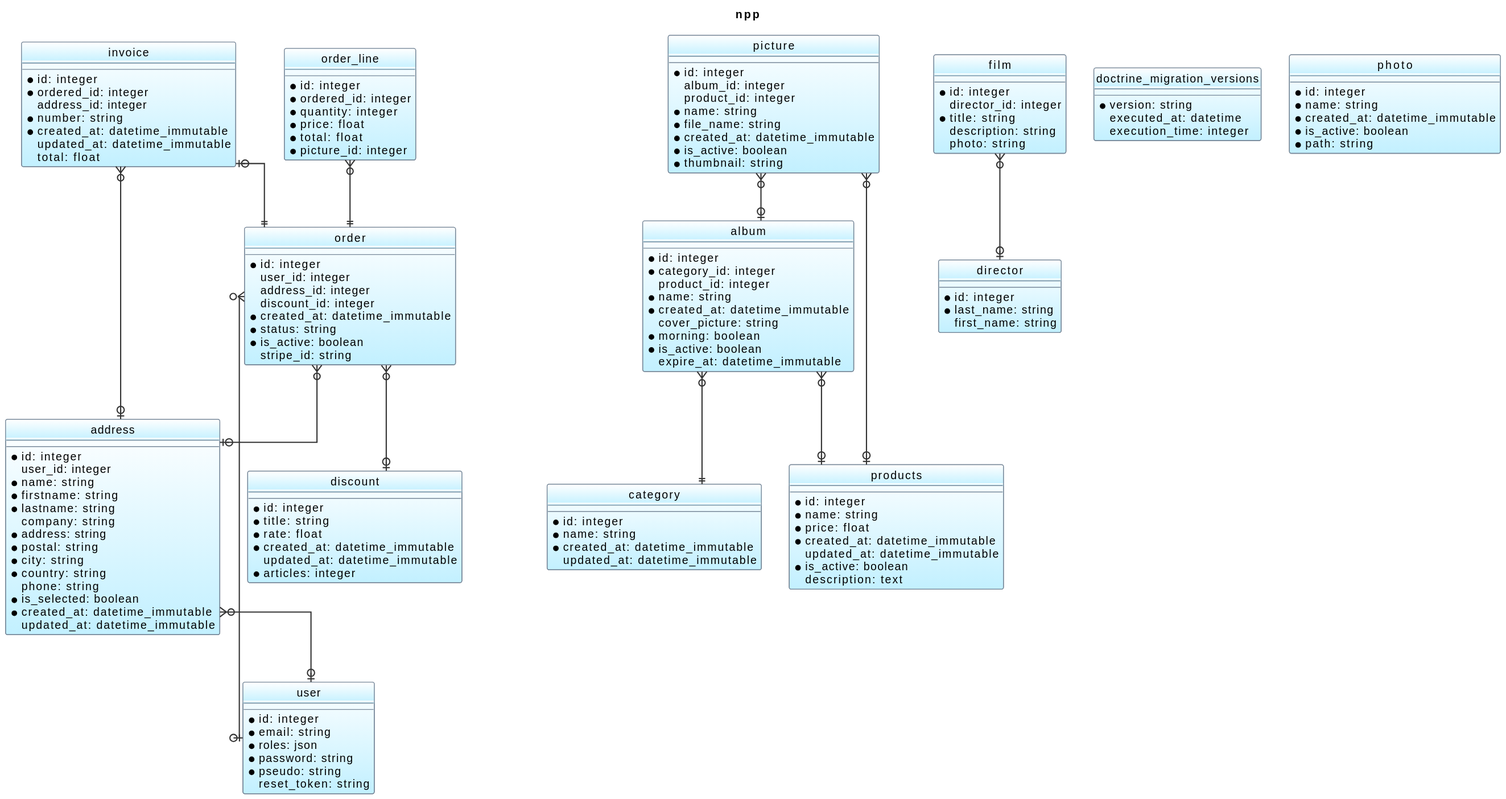
The PlantUML diagram database.svg in jahfredW/npp_back_end_06, before a commit. Its diagram source:
```plantuml
@startuml
hide empty members
hide circle
skinparam ArrowColor #333
skinparam ArrowThickness 1.5
skinparam ClassBackgroundColor White-APPLICATION
skinparam ClassBorderColor LightSlateGray
skinparam ClassBorderThickness 1
skinparam MinClassWidth 150
skinparam LineType Ortho
skinparam Shadowing false
skinparam PackageBackgroundColor #eee
skinparam PackageBorderColor #eee
skinparam PackageFontStyle normal
title npp
entity address {
--
* id: integer
 user_id: integer
* name: string
* firstname: string
* lastname: string
 company: string
* address: string
* postal: string
* city: string
* country: string
 phone: string
* is_selected: boolean
* created_at: datetime_immutable
 updated_at: datetime_immutable
}
entity album {
--
* id: integer
* category_id: integer
 product_id: integer
* name: string
* created_at: datetime_immutable
 cover_picture: string
* morning: boolean
* is_active: boolean
 expire_at: datetime_immutable
}
entity category {
--
* id: integer
* name: string
* created_at: datetime_immutable
 updated_at: datetime_immutable
}
entity director {
--
* id: integer
* last_name: string
 first_name: string
}
entity discount {
--
* id: integer
* title: string
* rate: float
* created_at: datetime_immutable
 updated_at: datetime_immutable
* articles: integer
}
entity doctrine_migration_versions {
--
* version: string
 executed_at: datetime
 execution_time: integer
}
entity film {
--
* id: integer
 director_id: integer
* title: string
 description: string
 photo: string
}
entity invoice {
--
* id: integer
* ordered_id: integer
 address_id: integer
* number: string
* created_at: datetime_immutable
 updated_at: datetime_immutable
 total: float
}
entity order {
--
* id: integer
 user_id: integer
 address_id: integer
 discount_id: integer
* created_at: datetime_immutable
* status: string
* is_active: boolean
 stripe_id: string
}
entity order_line {
--
* id: integer
* ordered_id: integer
* quantity: integer
* price: float
* total: float
* picture_id: integer
}
entity photo {
--
* id: integer
* name: string
* created_at: datetime_immutable
* is_active: boolean
* path: string
}
entity picture {
--
* id: integer
 album_id: integer
 product_id: integer
* name: string
* file_name: string
* created_at: datetime_immutable
* is_active: boolean
* thumbnail: string
}
entity products {
--
* id: integer
* name: string
* price: float
* created_at: datetime_immutable
 updated_at: datetime_immutable
* is_active: boolean
 description: text
}
entity user {
--
* id: integer
* email: string
* roles: json
* password: string
* pseudo: string
 reset_token: string
}
address }o--o| user
album }o--|| category
album }o--o| products
film }o--o| director
invoice |o--|| order
invoice }o--o| address
order }o--o| discount
order }o--o| user
order }o--o| address
order_line }o--|| order
picture }o--o| album
picture }o--o| products
@enduml
```
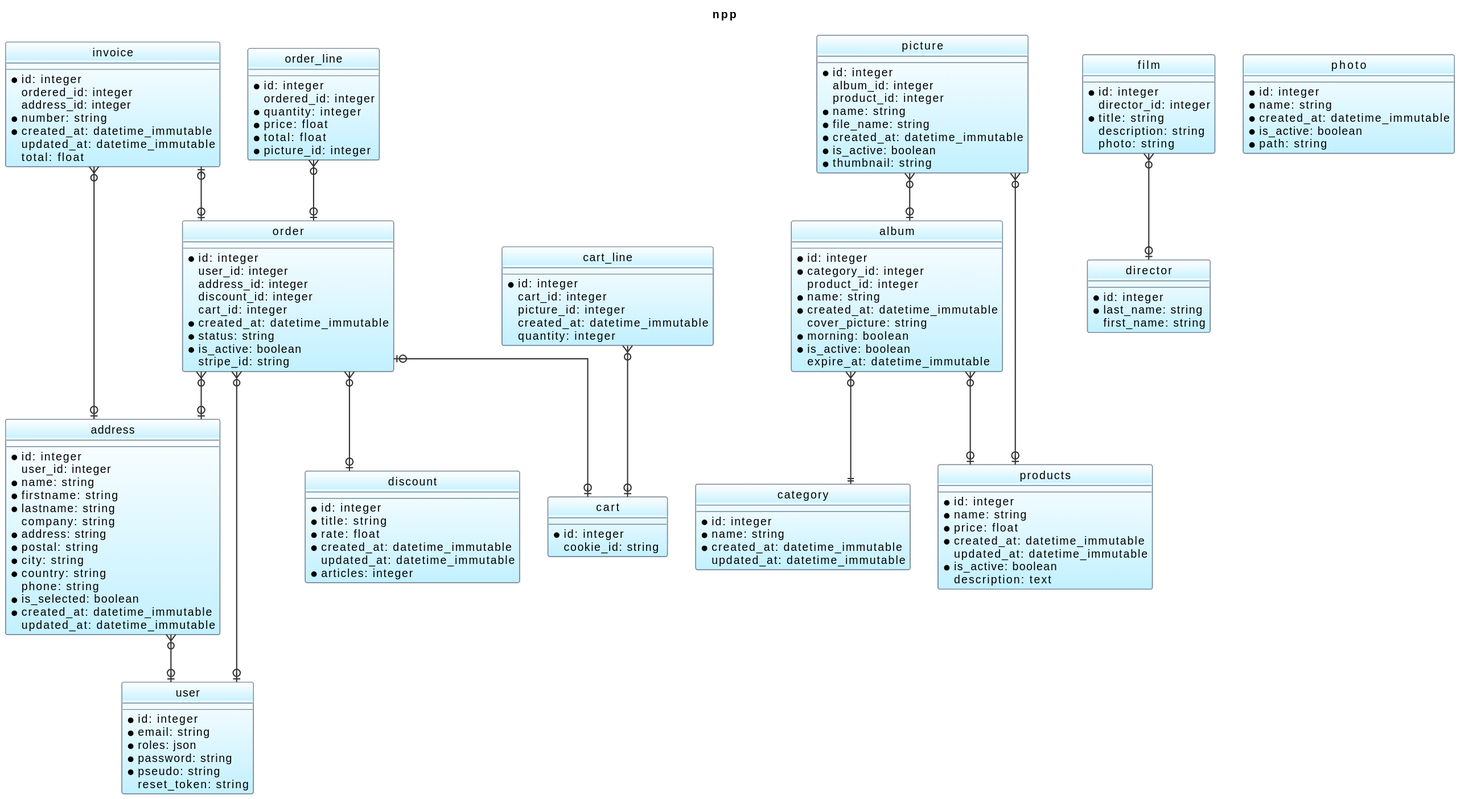
After the commit.

What changed in the source:
```diff
@@ -42,6 +42,19 @@
 * is_active: boolean
  expire_at: datetime_immutable
 }
+entity cart {
+--
+* id: integer
+ cookie_id: string
+}
+entity cart_line {
+--
+* id: integer
+ cart_id: integer
+ picture_id: integer
+ created_at: datetime_immutable
+ quantity: integer
+}
 entity category {
 --
 * id: integer
@@ -64,12 +77,6 @@
  updated_at: datetime_immutable
 * articles: integer
 }
-entity doctrine_migration_versions {
---
-* version: string
- executed_at: datetime
- execution_time: integer
-}
 entity film {
 --
 * id: integer
@@ -81,7 +88,7 @@
 entity invoice {
 --
 * id: integer
-* ordered_id: integer
+ ordered_id: integer
  address_id: integer
 * number: string
 * created_at: datetime_immutable
@@ -94,6 +101,7 @@
  user_id: integer
  address_id: integer
  discount_id: integer
+ cart_id: integer
 * created_at: datetime_immutable
 * status: string
 * is_active: boolean
@@ -102,7 +110,7 @@
 entity order_line {
 --
 * id: integer
-* ordered_id: integer
+ ordered_id: integer
 * quantity: integer
 * price: float
 * total: float
@@ -147,15 +155,17 @@
  reset_token: string
 }
 address }o--o| user
+album }o--o| products
 album }o--|| category
-album }o--o| products
+cart_line }o--o| cart
 film }o--o| director
-invoice |o--|| order
+invoice |o--o| order
 invoice }o--o| address
+order |o--o| cart
+order }o--o| address
 order }o--o| discount
 order }o--o| user
-order }o--o| address
-order_line }o--|| order
+order_line }o--o| order
+picture }o--o| products
 picture }o--o| album
-picture }o--o| products
 @enduml
```
